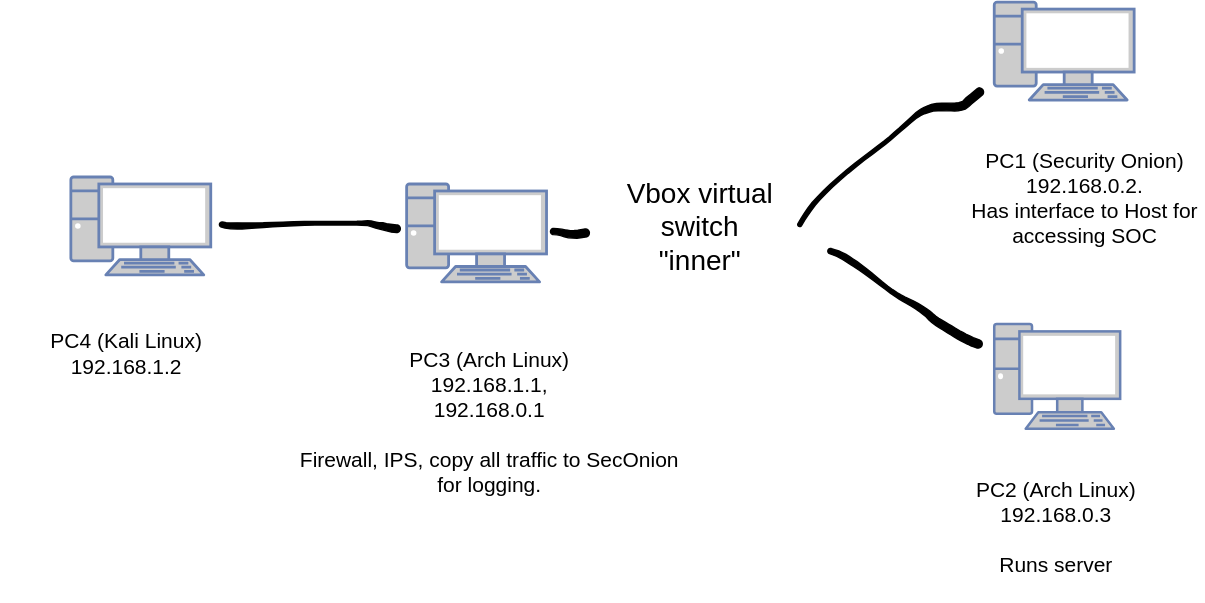
Above: lab-1/topology.svg in Aohk22/home-labs (draw.io), before the change. Source tidied: cells renumbered, new cells last; positions are measured from the earlier drawing's top-left corner, leaving out a move shared by most shapes. Its diagram source:
```xml
<mxGraphModel>
  <root>
    <mxCell id="0" />
    <mxCell id="1" parent="0" />
    <mxCell id="2" style="fontColor=#0066CC;verticalAlign=top;verticalLabelPosition=bottom;labelPosition=center;align=center;html=1;fillColor=#CCCCCC;strokeColor=#6881B3;gradientColor=none;gradientDirection=north;strokeWidth=2;shape=mxgraph.networks.pc;" parent="1" vertex="1">
      <mxGeometry x="50" y="125" width="100" height="70" as="geometry" />
    </mxCell>
    <mxCell id="3" style="fontColor=#0066CC;verticalAlign=top;verticalLabelPosition=bottom;labelPosition=center;align=center;html=1;fillColor=#CCCCCC;strokeColor=#6881B3;gradientColor=none;gradientDirection=north;strokeWidth=2;shape=mxgraph.networks.pc;" parent="1" vertex="1">
      <mxGeometry x="290" y="130" width="100" height="70" as="geometry" />
    </mxCell>
    <mxCell id="4" style="fontColor=#0066CC;verticalAlign=top;verticalLabelPosition=bottom;labelPosition=center;align=center;html=1;fillColor=#CCCCCC;strokeColor=#6881B3;gradientColor=none;gradientDirection=north;strokeWidth=2;shape=mxgraph.networks.pc;" parent="1" vertex="1">
      <mxGeometry x="710" width="100" height="70" as="geometry" />
    </mxCell>
    <mxCell id="5" style="fontColor=#0066CC;verticalAlign=top;verticalLabelPosition=bottom;labelPosition=center;align=center;html=1;fillColor=#CCCCCC;strokeColor=#6881B3;gradientColor=none;gradientDirection=north;strokeWidth=2;shape=mxgraph.networks.pc;" parent="1" vertex="1">
      <mxGeometry x="710" y="230" width="90" height="75" as="geometry" />
    </mxCell>
    <mxCell id="6" style="shape=(stored shape, 1136 characters);lineShape=1;strokeColor=default;" parent="1" vertex="1">
      <mxGeometry x="156.2" y="156.3" width="129.3" height="8.5" as="geometry" />
    </mxCell>
    <mxCell id="7" value="Vbox virtual switch&lt;div&gt;&quot;inner&quot;&lt;/div&gt;" style="text;strokeColor=none;align=center;fillColor=none;html=1;verticalAlign=middle;whiteSpace=wrap;rounded=0;fontSize=20;" parent="1" vertex="1">
      <mxGeometry x="440" y="145" width="120" height="30" as="geometry" />
    </mxCell>
    <mxCell id="8" style="shape=(stored shape, 796 characters);lineShape=1;strokeColor=default;" parent="1" vertex="1">
      <mxGeometry x="392.8" y="161.8" width="27.8" height="7" as="geometry" />
    </mxCell>
    <mxCell id="9" style="shape=(stored shape, 1312 characters);lineShape=1;strokeColor=default;" parent="1" vertex="1">
      <mxGeometry x="569.5" y="61.4" width="132.9" height="99.1" as="geometry" />
    </mxCell>
    <mxCell id="10" style="shape=(stored shape, 1348 characters);lineShape=1;strokeColor=default;" parent="1" vertex="1">
      <mxGeometry x="591" y="176" width="110.4" height="71.3" as="geometry" />
    </mxCell>
    <mxCell id="11" value="&lt;div&gt;PC4 (Kali Linux)&lt;/div&gt;192.168.1.2" style="text;strokeColor=none;align=center;fillColor=none;html=1;verticalAlign=middle;whiteSpace=wrap;rounded=0;fontSize=15;" parent="1" vertex="1">
      <mxGeometry y="220" width="180" height="62.7" as="geometry" />
    </mxCell>
    <mxCell id="12" value="PC3 (Arch Linux)&lt;div&gt;192.168.1.1,&lt;/div&gt;&lt;div&gt;192.168.0.1&lt;/div&gt;&lt;div&gt;&lt;br&gt;&lt;div&gt;Firewall, IPS, copy all traffic to SecOnion for logging.&lt;/div&gt;&lt;/div&gt;" style="text;strokeColor=none;align=center;fillColor=none;html=1;verticalAlign=middle;whiteSpace=wrap;rounded=0;fontSize=15;" parent="1" vertex="1">
      <mxGeometry x="210" y="220" width="278.6" height="160" as="geometry" />
    </mxCell>
    <mxCell id="13" value="PC1 (Security Onion)&lt;div&gt;192.168.0.2.&lt;/div&gt;&lt;div&gt;Has interface to Host for accessing SOC&lt;/div&gt;" style="text;strokeColor=none;align=center;fillColor=none;html=1;verticalAlign=middle;whiteSpace=wrap;rounded=0;fontSize=15;" parent="1" vertex="1">
      <mxGeometry x="690" y="90" width="170" height="100" as="geometry" />
    </mxCell>
    <mxCell id="14" value="PC2 (Arch Linux)&lt;div&gt;192.168.0.3&lt;/div&gt;&lt;div&gt;&lt;br&gt;&lt;/div&gt;&lt;div&gt;Runs server&lt;/div&gt;" style="text;strokeColor=none;align=center;fillColor=none;html=1;verticalAlign=middle;whiteSpace=wrap;rounded=0;fontSize=15;" parent="1" vertex="1">
      <mxGeometry x="649.4" y="320" width="211.2" height="110" as="geometry" />
    </mxCell>
  </root>
</mxGraphModel>
```
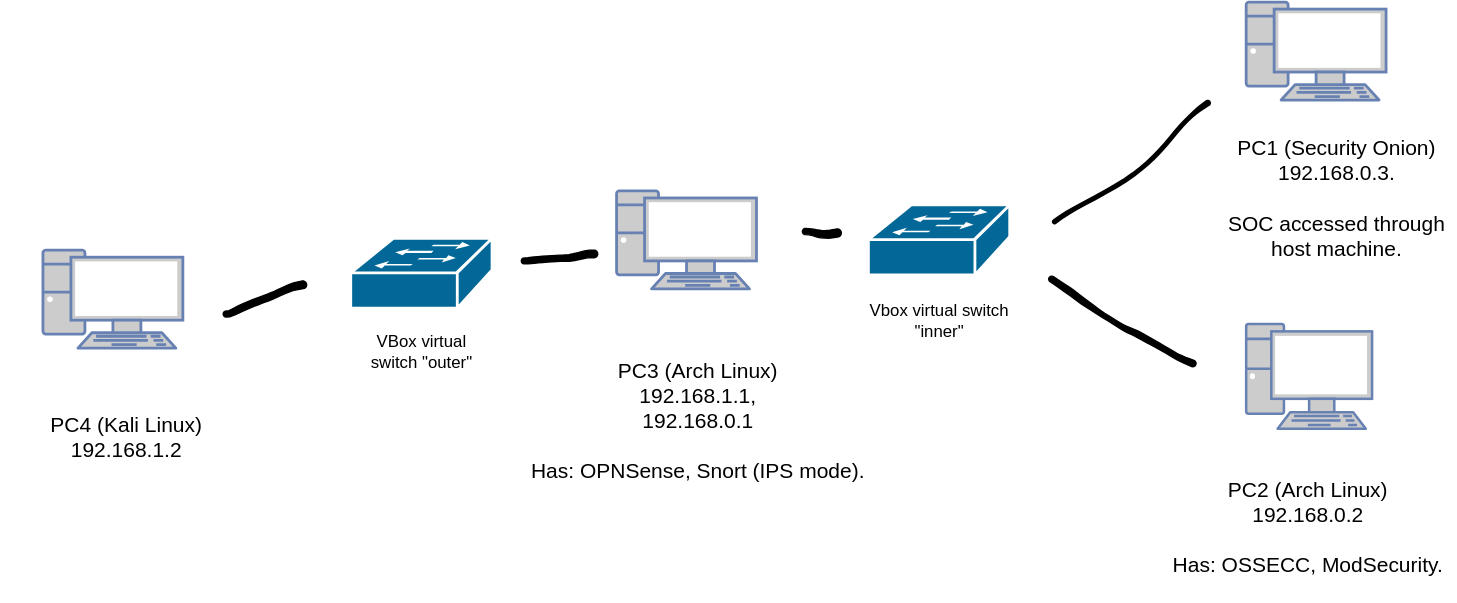
The same file after the commit.

Diff of the diagram source:
```diff
@@ -3,10 +3,10 @@
     <mxCell id="0" />
     <mxCell id="1" parent="0" />
     <mxCell id="2" style="fontColor=#0066CC;verticalAlign=top;verticalLabelPosition=bottom;labelPosition=center;align=center;html=1;fillColor=#CCCCCC;strokeColor=#6881B3;gradientColor=none;gradientDirection=north;strokeWidth=2;shape=mxgraph.networks.pc;" parent="1" vertex="1">
-      <mxGeometry x="50" y="125" width="100" height="70" as="geometry" />
+      <mxGeometry x="-150" y="177.3" width="100" height="70" as="geometry" />
     </mxCell>
     <mxCell id="3" style="fontColor=#0066CC;verticalAlign=top;verticalLabelPosition=bottom;labelPosition=center;align=center;html=1;fillColor=#CCCCCC;strokeColor=#6881B3;gradientColor=none;gradientDirection=north;strokeWidth=2;shape=mxgraph.networks.pc;" parent="1" vertex="1">
-      <mxGeometry x="290" y="130" width="100" height="70" as="geometry" />
+      <mxGeometry x="260" y="135" width="100" height="70" as="geometry" />
     </mxCell>
     <mxCell id="4" style="fontColor=#0066CC;verticalAlign=top;verticalLabelPosition=bottom;labelPosition=center;align=center;html=1;fillColor=#CCCCCC;strokeColor=#6881B3;gradientColor=none;gradientDirection=north;strokeWidth=2;shape=mxgraph.networks.pc;" parent="1" vertex="1">
       <mxGeometry x="710" width="100" height="70" as="geometry" />
@@ -14,32 +14,44 @@
     <mxCell id="5" style="fontColor=#0066CC;verticalAlign=top;verticalLabelPosition=bottom;labelPosition=center;align=center;html=1;fillColor=#CCCCCC;strokeColor=#6881B3;gradientColor=none;gradientDirection=north;strokeWidth=2;shape=mxgraph.networks.pc;" parent="1" vertex="1">
       <mxGeometry x="710" y="230" width="90" height="75" as="geometry" />
     </mxCell>
-    <mxCell id="6" style="shape=(stored shape, 1136 characters);lineShape=1;strokeColor=default;" parent="1" vertex="1">
-      <mxGeometry x="156.2" y="156.3" width="129.3" height="8.5" as="geometry" />
-    </mxCell>
-    <mxCell id="7" value="Vbox virtual switch&lt;div&gt;&quot;inner&quot;&lt;/div&gt;" style="text;strokeColor=none;align=center;fillColor=none;html=1;verticalAlign=middle;whiteSpace=wrap;rounded=0;fontSize=20;" parent="1" vertex="1">
-      <mxGeometry x="440" y="145" width="120" height="30" as="geometry" />
+    <mxCell id="7" value="Vbox virtual switch&lt;div&gt;&quot;inner&quot;&lt;/div&gt;" style="text;strokeColor=none;align=center;fillColor=none;html=1;verticalAlign=middle;whiteSpace=wrap;rounded=0;" parent="1" vertex="1">
+      <mxGeometry x="430.5" y="213.2" width="120" height="30" as="geometry" />
     </mxCell>
     <mxCell id="8" style="shape=(stored shape, 796 characters);lineShape=1;strokeColor=default;" parent="1" vertex="1">
       <mxGeometry x="392.8" y="161.8" width="27.8" height="7" as="geometry" />
     </mxCell>
-    <mxCell id="9" style="shape=(stored shape, 1312 characters);lineShape=1;strokeColor=default;" parent="1" vertex="1">
-      <mxGeometry x="569.5" y="61.4" width="132.9" height="99.1" as="geometry" />
-    </mxCell>
-    <mxCell id="10" style="shape=(stored shape, 1348 characters);lineShape=1;strokeColor=default;" parent="1" vertex="1">
-      <mxGeometry x="591" y="176" width="110.4" height="71.3" as="geometry" />
-    </mxCell>
     <mxCell id="11" value="&lt;div&gt;PC4 (Kali Linux)&lt;/div&gt;192.168.1.2" style="text;strokeColor=none;align=center;fillColor=none;html=1;verticalAlign=middle;whiteSpace=wrap;rounded=0;fontSize=15;" parent="1" vertex="1">
-      <mxGeometry y="220" width="180" height="62.7" as="geometry" />
+      <mxGeometry x="-180" y="280" width="180" height="62.7" as="geometry" />
     </mxCell>
-    <mxCell id="12" value="PC3 (Arch Linux)&lt;div&gt;192.168.1.1,&lt;/div&gt;&lt;div&gt;192.168.0.1&lt;/div&gt;&lt;div&gt;&lt;br&gt;&lt;div&gt;Firewall, IPS, copy all traffic to SecOnion for logging.&lt;/div&gt;&lt;/div&gt;" style="text;strokeColor=none;align=center;fillColor=none;html=1;verticalAlign=middle;whiteSpace=wrap;rounded=0;fontSize=15;" parent="1" vertex="1">
-      <mxGeometry x="210" y="220" width="278.6" height="160" as="geometry" />
+    <mxCell id="12" value="PC3 (Arch Linux)&lt;div&gt;192.168.1.1,&lt;/div&gt;&lt;div&gt;192.168.0.1&lt;/div&gt;&lt;div&gt;&lt;br&gt;&lt;div&gt;Has: OPNSense, Snort (IPS mode).&lt;/div&gt;&lt;/div&gt;" style="text;strokeColor=none;align=center;fillColor=none;html=1;verticalAlign=middle;whiteSpace=wrap;rounded=0;fontSize=15;" parent="1" vertex="1">
+      <mxGeometry x="179.3" y="218.8" width="278.6" height="160" as="geometry" />
     </mxCell>
-    <mxCell id="13" value="PC1 (Security Onion)&lt;div&gt;192.168.0.2.&lt;/div&gt;&lt;div&gt;Has interface to Host for accessing SOC&lt;/div&gt;" style="text;strokeColor=none;align=center;fillColor=none;html=1;verticalAlign=middle;whiteSpace=wrap;rounded=0;fontSize=15;" parent="1" vertex="1">
+    <mxCell id="13" value="PC1 (Security Onion)&lt;div&gt;192.168.0.3.&lt;/div&gt;&lt;div&gt;&lt;br&gt;&lt;/div&gt;&lt;div&gt;SOC accessed through host machine.&lt;/div&gt;" style="text;strokeColor=none;align=center;fillColor=none;html=1;verticalAlign=middle;whiteSpace=wrap;rounded=0;fontSize=15;" parent="1" vertex="1">
       <mxGeometry x="690" y="90" width="170" height="100" as="geometry" />
     </mxCell>
-    <mxCell id="14" value="PC2 (Arch Linux)&lt;div&gt;192.168.0.3&lt;/div&gt;&lt;div&gt;&lt;br&gt;&lt;/div&gt;&lt;div&gt;Runs server&lt;/div&gt;" style="text;strokeColor=none;align=center;fillColor=none;html=1;verticalAlign=middle;whiteSpace=wrap;rounded=0;fontSize=15;" parent="1" vertex="1">
+    <mxCell id="14" value="PC2 (Arch Linux)&lt;div&gt;192.168.0.2&lt;/div&gt;&lt;div&gt;&lt;br&gt;&lt;/div&gt;&lt;div&gt;Has: OSSECC, ModSecurity.&lt;/div&gt;" style="text;strokeColor=none;align=center;fillColor=none;html=1;verticalAlign=middle;whiteSpace=wrap;rounded=0;fontSize=15;" parent="1" vertex="1">
       <mxGeometry x="649.4" y="320" width="211.2" height="110" as="geometry" />
     </mxCell>
+    <mxCell id="15" style="shape=mxgraph.cisco.switches.workgroup_switch;sketch=0;html=1;dashed=0;fillColor=#036897;strokeColor=#ffffff;strokeWidth=2;verticalLabelPosition=bottom;verticalAlign=top;align=center;" parent="1" vertex="1">
+      <mxGeometry x="440" y="145" width="101" height="50" as="geometry" />
+    </mxCell>
+    <mxCell id="16" style="shape=mxgraph.cisco.switches.workgroup_switch;sketch=0;html=1;dashed=0;fillColor=#036897;strokeColor=#ffffff;strokeWidth=2;verticalLabelPosition=bottom;verticalAlign=top;align=center;" parent="1" vertex="1">
+      <mxGeometry x="70" y="168.8" width="101" height="50" as="geometry" />
+    </mxCell>
+    <mxCell id="17" style="shape=(stored shape, 988 characters);lineShape=1;strokeColor=default;" parent="1" vertex="1">
+      <mxGeometry x="-21.2" y="199.4" width="59.7" height="25.8" as="geometry" />
+    </mxCell>
+    <mxCell id="18" style="shape=(stored shape, 944 characters);lineShape=1;strokeColor=default;" parent="1" vertex="1">
+      <mxGeometry x="191.9" y="177.2" width="54.6" height="9.8" as="geometry" />
+    </mxCell>
+    <mxCell id="19" style="shape=(stored shape, 1044 characters);lineShape=1;strokeColor=default;" parent="1" vertex="1">
+      <mxGeometry x="571.6" y="70.3" width="112.8" height="88.1" as="geometry" />
+    </mxCell>
+    <mxCell id="20" style="shape=(stored shape, 1236 characters);lineShape=1;strokeColor=default;" parent="1" vertex="1">
+      <mxGeometry x="568.9" y="195.9" width="105.3" height="64.7" as="geometry" />
+    </mxCell>
+    <mxCell id="21" value="VBox virtual switch &quot;outer&quot;" style="text;strokeColor=none;align=center;fillColor=none;html=1;verticalAlign=middle;whiteSpace=wrap;rounded=0;" parent="1" vertex="1">
+      <mxGeometry x="75.5" y="230" width="90" height="40" as="geometry" />
+    </mxCell>
   </root>
 </mxGraphModel>
```
